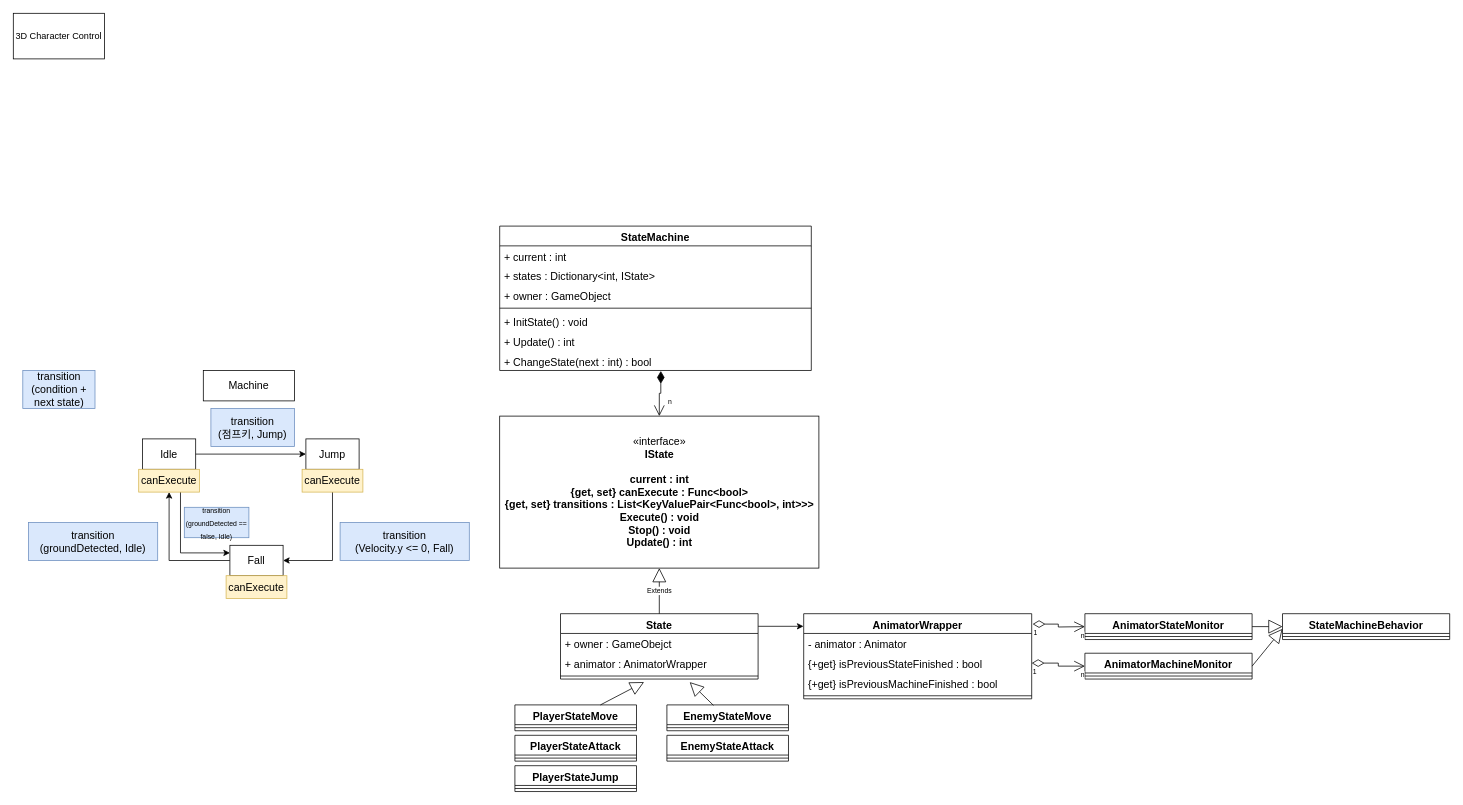
Above: RPG3D/RPG3DConcept.drawio in luke-youngmin-cho/UnityEngineBasic_5th (draw.io), before the change. Source tidied: cells renumbered, new cells numbered last; positions are measured from the earlier drawing's top-left corner, leaving out a move shared by most shapes. Both pictures are drawn from the tidied source at 76%, with x=0, y=0 at pixel (13, 13).
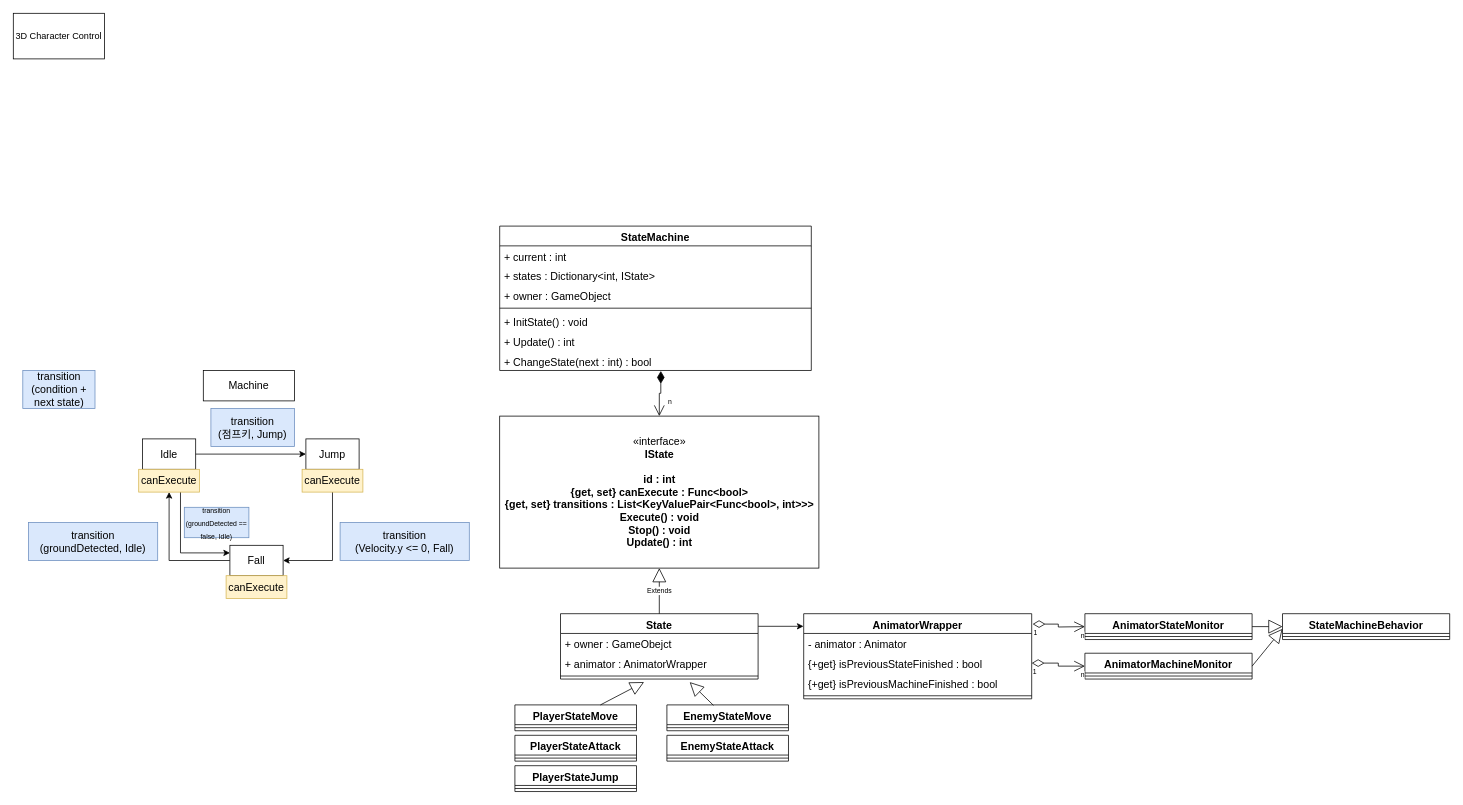
The same diagram, later.

Diff of the diagram source:
```diff
@@
-    <mxCell id="8" value="«interface»&lt;br&gt;&lt;b&gt;IState&lt;br&gt;&lt;br&gt;current : int&lt;br&gt;{get, set} canExecute : Func&amp;lt;bool&amp;gt;&lt;br&gt;{get, set} transitions : List&amp;lt;KeyValuePair&amp;lt;Func&amp;lt;bool&amp;gt;, int&amp;gt;&amp;gt;&amp;gt;&lt;br&gt;Execute() : void&lt;br&gt;Stop() : void&lt;br&gt;Update() : int&lt;br&gt;&lt;/b&gt;" style="html=1;fontSize=14;" parent="1" vertex="1">
+    <mxCell id="8" value="«interface»&lt;br&gt;&lt;b&gt;IState&lt;br&gt;&lt;br&gt;id : int&lt;br&gt;{get, set} canExecute : Func&amp;lt;bool&amp;gt;&lt;br&gt;{get, set} transitions : List&amp;lt;KeyValuePair&amp;lt;Func&amp;lt;bool&amp;gt;, int&amp;gt;&amp;gt;&amp;gt;&lt;br&gt;Execute() : void&lt;br&gt;Stop() : void&lt;br&gt;Update() : int&lt;br&gt;&lt;/b&gt;" style="html=1;fontSize=14;" parent="1" vertex="1">
       <mxGeometry x="640" y="530" width="420" height="200" as="geometry" />
     </mxCell>
```
